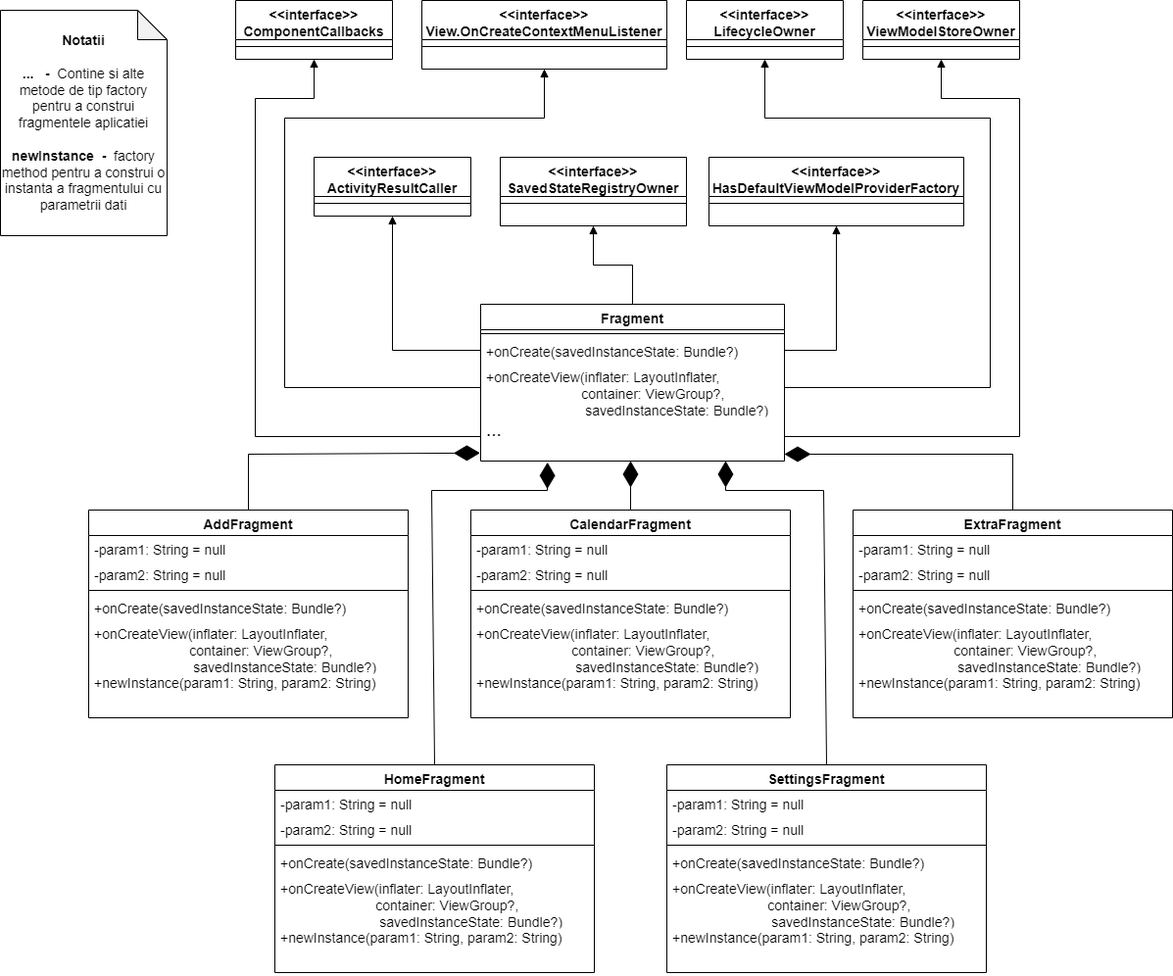
This is class_diagram/classDiagram.png from DiaconuAndr3i/ASSMS-Project, a draw.io export, as it was before one commit. Source tidied: cells renumbered, new cells last; positions are measured from the earlier drawing's top-left corner, leaving out a move shared by most shapes.
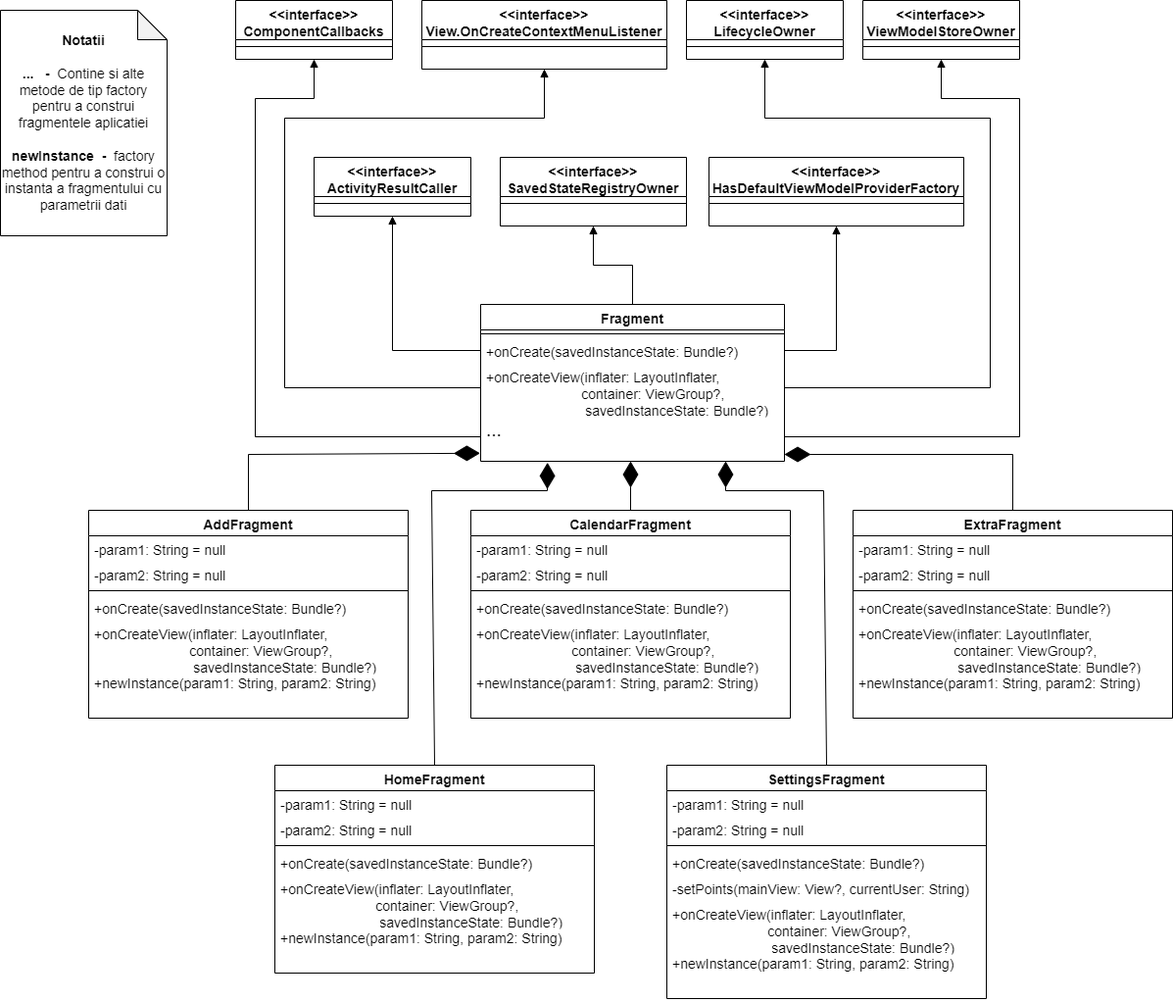
Above is the later version.

The edit, as a diff of the source:
```diff
@@ -144,7 +144,7 @@
       <mxGeometry y="162" width="326" height="50" as="geometry" />
     </mxCell>
     <mxCell id="49" value="SettingsFragment " style="swimlane;fontStyle=1;align=center;verticalAlign=top;horizontal=1;startSize=26;rounded=0;shadow=0;strokeWidth=1;fontSize=14;" parent="1" vertex="1">
-      <mxGeometry x="680" y="780" width="326" height="212" as="geometry" />
+      <mxGeometry x="680" y="780" width="326" height="238" as="geometry" />
     </mxCell>
     <mxCell id="50" value="-param1: String = null" style="text;align=left;verticalAlign=top;spacingLeft=4;spacingRight=4;overflow=hidden;fontSize=14;" parent="49" vertex="1">
       <mxGeometry y="26" width="326" height="26" as="geometry" />
@@ -158,11 +158,14 @@
     <mxCell id="53" value="+onCreate(savedInstanceState: Bundle?)" style="text;align=left;verticalAlign=top;spacingLeft=4;spacingRight=4;overflow=hidden;fontStyle=0;fontSize=14;" parent="49" vertex="1">
       <mxGeometry y="86" width="326" height="26" as="geometry" />
     </mxCell>
+    <mxCell id="69" value="-setPoints(mainView: View?, currentUser: String)" style="text;align=left;verticalAlign=top;spacingLeft=4;spacingRight=4;overflow=hidden;fontStyle=0;fontSize=14;" parent="49" vertex="1">
+      <mxGeometry y="112" width="326" height="26" as="geometry" />
+    </mxCell>
     <mxCell id="54" value="+onCreateView(inflater: LayoutInflater, &#10;                          container: ViewGroup?,&#10;                          savedInstanceState: Bundle?)" style="text;align=left;verticalAlign=top;spacingLeft=4;spacingRight=4;overflow=hidden;fontSize=14;" parent="49" vertex="1">
-      <mxGeometry y="112" width="326" height="50" as="geometry" />
+      <mxGeometry y="138" width="326" height="50" as="geometry" />
     </mxCell>
     <mxCell id="55" value="+newInstance(param1: String, param2: String)" style="text;align=left;verticalAlign=top;spacingLeft=4;spacingRight=4;overflow=hidden;fontSize=14;" parent="49" vertex="1">
-      <mxGeometry y="162" width="326" height="50" as="geometry" />
+      <mxGeometry y="188" width="326" height="50" as="geometry" />
     </mxCell>
     <mxCell id="56" style="endArrow=block;endFill=1;html=1;edgeStyle=orthogonalEdgeStyle;align=left;verticalAlign=top;rounded=0;fontSize=14;fontColor=#66CC00;entryX=0.5;entryY=1;entryDx=0;entryDy=0;exitX=0;exitY=0.5;exitDx=0;exitDy=0;" parent="1" edge="1" source="19" target="4">
       <mxGeometry x="-1" relative="1" as="geometry">
```
